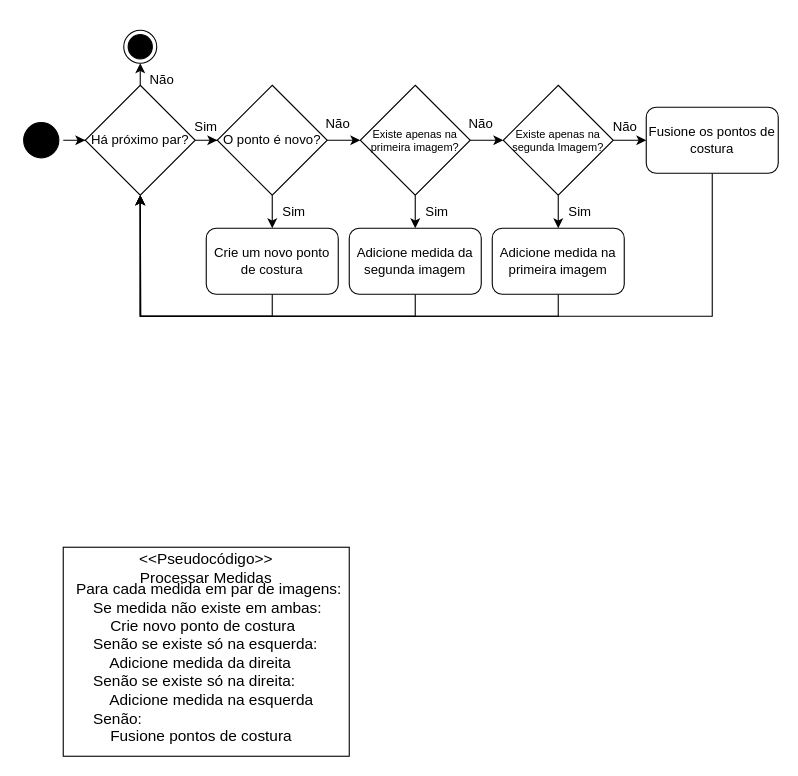
Before: page "Page-6" (5 of 6) of Final_Diagrams.drawio in tatorj/Tcc, a draw.io diagram. Source tidied: cells renumbered, new cells numbered last; positions are measured from the earlier drawing's top-left corner, leaving out a move shared by most shapes. Both pictures are drawn from the tidied source at 110%, with x=0, y=0 at pixel (19, 30).
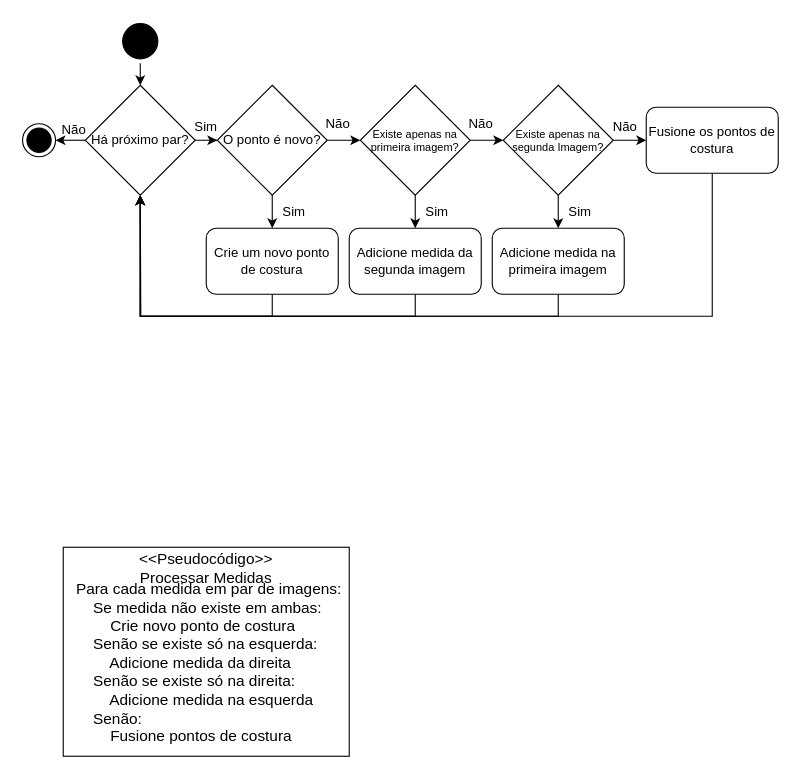
Above is the later version.

The change refers to these unchanged cells:
```xml
<mxCell id="8" value="Há próximo par?" style="rhombus;whiteSpace=wrap;html=1;strokeColor=#000000;" parent="1" vertex="1">
  <mxGeometry x="60" y="50" width="100" height="100" as="geometry" />
</mxCell>
```

Diff of the diagram source:
```diff
@@
-    <mxCell id="4" style="edgeStyle=orthogonalEdgeStyle;rounded=0;jettySize=auto;html=1;" parent="1" edge="1" source="5" target="8">
+    <mxCell id="4" style="edgeStyle=orthogonalEdgeStyle;rounded=0;jettySize=auto;html=1;exitX=0.5;exitY=1;exitDx=0;exitDy=0;entryX=0.5;entryY=0;entryDx=0;entryDy=0;" parent="1" edge="1" source="5" target="8">
       <mxGeometry relative="1" as="geometry" />
     </mxCell>
     <mxCell id="5" style="ellipse;html=1;shape=startState;fillColor=#000000;strokeColor=#000000;" parent="1" vertex="1">
-      <mxGeometry y="80" width="40" height="40" as="geometry" />
+      <mxGeometry x="90" y="-10" width="40" height="40" as="geometry" />
     </mxCell>
@@
-    <mxCell id="7" style="edgeStyle=orthogonalEdgeStyle;rounded=0;jettySize=auto;html=1;exitX=0.5;exitY=0;exitDx=0;exitDy=0;entryX=0.5;entryY=1;entryDx=0;entryDy=0;fontSize=12;" parent="1" edge="1" source="8" target="34">
+    <mxCell id="7" style="edgeStyle=orthogonalEdgeStyle;rounded=0;jettySize=auto;html=1;exitX=0;exitY=0.5;exitDx=0;exitDy=0;entryX=1;entryY=0.5;entryDx=0;entryDy=0;" parent="1" edge="1" source="8" target="34">
       <mxGeometry relative="1" as="geometry" />
     </mxCell>
@@
     <mxCell id="24" value="Não" style="text;html=1;strokeColor=none;fillColor=none;align=center;verticalAlign=middle;whiteSpace=wrap;rounded=0;" parent="1" vertex="1">
-      <mxGeometry x="100" y="30" width="60" height="30" as="geometry" />
+      <mxGeometry x="20" y="76" width="60" height="30" as="geometry" />
     </mxCell>
@@
     <mxCell id="34" style="ellipse;html=1;shape=endState;fillColor=#000000;strokeColor=#000000;fontSize=12;" parent="1" vertex="1">
-      <mxGeometry x="95" width="30" height="30" as="geometry" />
+      <mxGeometry x="3" y="85" width="30" height="30" as="geometry" />
     </mxCell>
```
